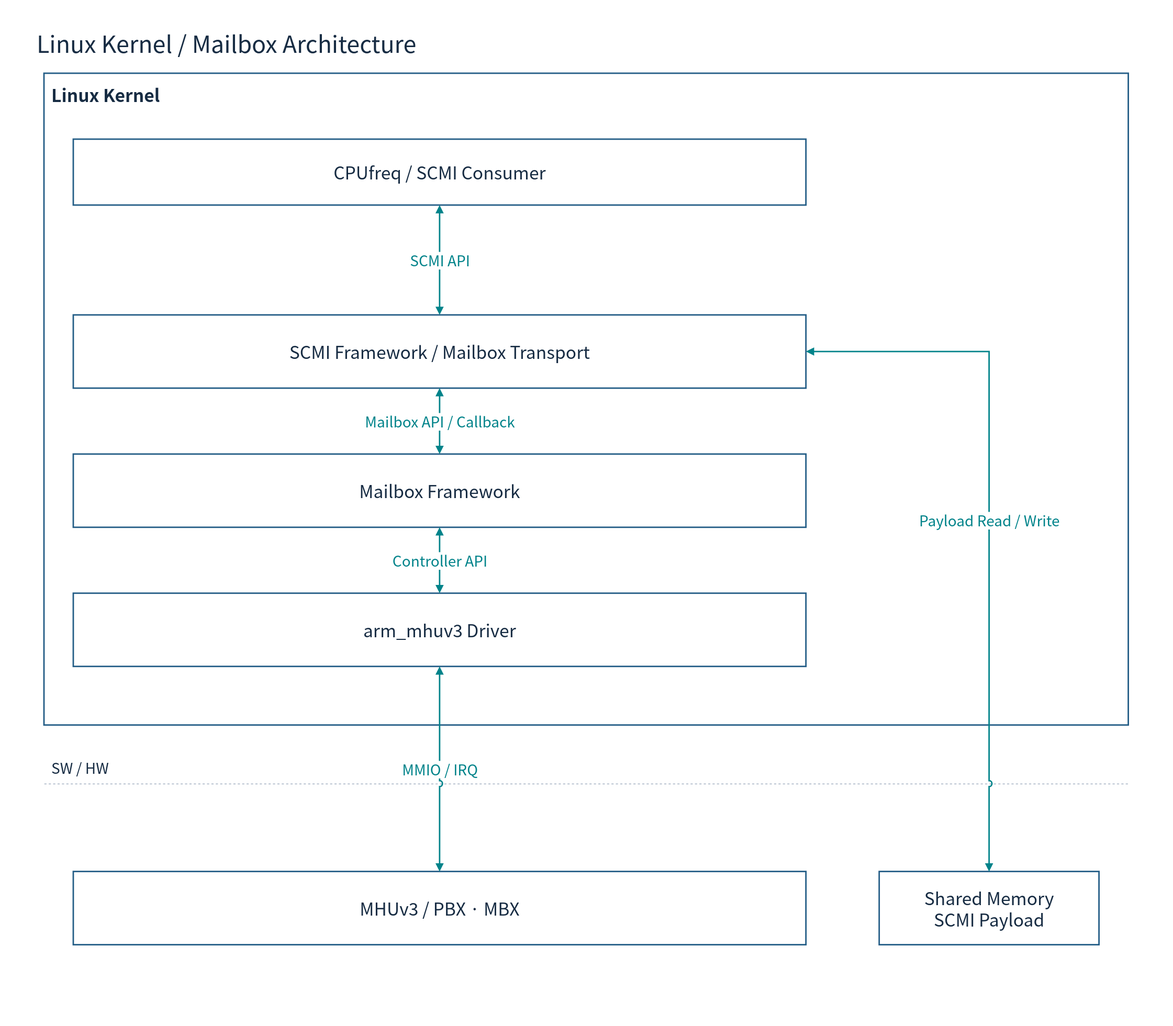
Before: doc/phase1/mailbox/diagrams/09-linux-software.drawio.svg, a diagram exported from draw.io (cometzero/project-apollo). Source tidied: cells renumbered, new cells last; positions are measured from the earlier drawing's top-left corner, leaving out a move shared by most shapes.
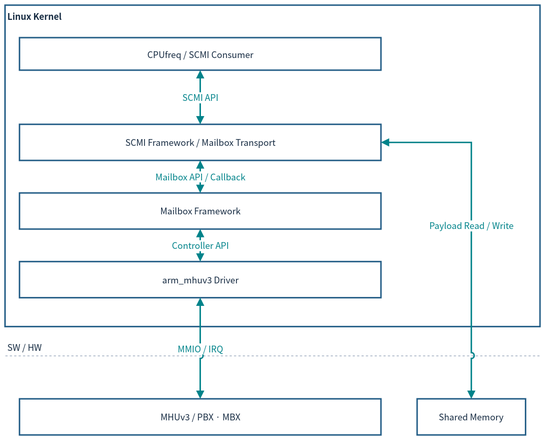
After the commit.

Change to the diagram source:
```diff
@@ -2,59 +2,53 @@
   <root>
     <mxCell id="0" />
     <mxCell id="1" parent="0" />
-    <mxCell id="2" style="rounded=0;whiteSpace=wrap;html=1;fillColor=#FFFFFF;strokeColor=#235D86;strokeWidth=2;fontColor=#172C43;fontFamily=Noto Sans CJK KR;fontSize=24;spacing=10;strokeColor=none;" parent="1" vertex="1">
-      <mxGeometry width="1600" height="1400" as="geometry" />
-    </mxCell>
-    <mxCell id="3" value="Linux Kernel / Mailbox Architecture" style="rounded=0;whiteSpace=wrap;html=1;fillColor=#FFFFFF;strokeColor=#235D86;strokeWidth=2;fontColor=#172C43;fontFamily=Noto Sans CJK KR;fontSize=24;spacing=10;strokeColor=none;fontSize=32;align=left;" parent="1" vertex="1">
-      <mxGeometry x="40" y="25" width="1520" height="65" as="geometry" />
-    </mxCell>
-    <mxCell id="4" value="Linux Kernel" style="rounded=0;whiteSpace=wrap;html=1;fillColor=#FFFFFF;strokeColor=#235D86;strokeWidth=2;fontColor=#172C43;fontFamily=Noto Sans CJK KR;fontSize=24;spacing=10;verticalAlign=top;align=left;fontStyle=1;" parent="1" vertex="1">
-      <mxGeometry x="60" y="100" width="1480" height="890" as="geometry" />
+    <mxCell id="4" value="Linux Kernel" style="rounded=0;whiteSpace=wrap;html=1;fillColor=#FFFFFF;strokeColor=#235D86;strokeWidth=2;fontColor=#172C43;fontFamily=Noto Sans CJK KR;verticalAlign=top;align=left;fontStyle=1;fontSize=12;spacing=3;whiteSpace=wrap;" parent="1" vertex="1">
+      <mxGeometry x="21.9" y="16.9" width="730.1" height="439.1" as="geometry" />
     </mxCell>
-    <mxCell id="5" value="CPUfreq / SCMI Consumer" style="rounded=0;whiteSpace=wrap;html=1;fillColor=#FFFFFF;strokeColor=#235D86;strokeWidth=2;fontColor=#172C43;fontFamily=Noto Sans CJK KR;fontSize=24;spacing=10;" parent="4" vertex="1">
-      <mxGeometry x="40" y="90" width="1000" height="90" as="geometry" />
+    <mxCell id="5" value="CPUfreq / SCMI Consumer" style="rounded=0;whiteSpace=wrap;html=1;fillColor=#FFFFFF;strokeColor=#235D86;strokeWidth=2;fontColor=#172C43;fontFamily=Noto Sans CJK KR;fontSize=12;spacing=3;whiteSpace=wrap;" parent="4" vertex="1">
+      <mxGeometry x="19.7" y="44.4" width="493.3" height="44.4" as="geometry" />
     </mxCell>
-    <mxCell id="6" value="SCMI Framework / Mailbox Transport" style="rounded=0;whiteSpace=wrap;html=1;fillColor=#FFFFFF;strokeColor=#235D86;strokeWidth=2;fontColor=#172C43;fontFamily=Noto Sans CJK KR;fontSize=24;spacing=10;" parent="4" vertex="1">
-      <mxGeometry x="40" y="330" width="1000" height="100" as="geometry" />
+    <mxCell id="6" value="SCMI Framework / Mailbox Transport" style="rounded=0;whiteSpace=wrap;html=1;fillColor=#FFFFFF;strokeColor=#235D86;strokeWidth=2;fontColor=#172C43;fontFamily=Noto Sans CJK KR;fontSize=12;spacing=3;whiteSpace=wrap;" parent="4" vertex="1">
+      <mxGeometry x="19.7" y="162.8" width="493.3" height="49.3" as="geometry" />
     </mxCell>
-    <mxCell id="7" value="Mailbox Framework" style="rounded=0;whiteSpace=wrap;html=1;fillColor=#FFFFFF;strokeColor=#235D86;strokeWidth=2;fontColor=#172C43;fontFamily=Noto Sans CJK KR;fontSize=24;spacing=10;" parent="4" vertex="1">
-      <mxGeometry x="40" y="520" width="1000" height="100" as="geometry" />
+    <mxCell id="7" value="Mailbox Framework" style="rounded=0;whiteSpace=wrap;html=1;fillColor=#FFFFFF;strokeColor=#235D86;strokeWidth=2;fontColor=#172C43;fontFamily=Noto Sans CJK KR;fontSize=12;spacing=3;whiteSpace=wrap;" parent="4" vertex="1">
+      <mxGeometry x="19.7" y="256.5" width="493.3" height="49.3" as="geometry" />
     </mxCell>
-    <mxCell id="8" value="arm_mhuv3 Driver" style="rounded=0;whiteSpace=wrap;html=1;fillColor=#FFFFFF;strokeColor=#235D86;strokeWidth=2;fontColor=#172C43;fontFamily=Noto Sans CJK KR;fontSize=24;spacing=10;" parent="4" vertex="1">
-      <mxGeometry x="40" y="710" width="1000" height="100" as="geometry" />
+    <mxCell id="8" value="arm_mhuv3 Driver" style="rounded=0;whiteSpace=wrap;html=1;fillColor=#FFFFFF;strokeColor=#235D86;strokeWidth=2;fontColor=#172C43;fontFamily=Noto Sans CJK KR;fontSize=12;spacing=3;whiteSpace=wrap;" parent="4" vertex="1">
+      <mxGeometry x="19.7" y="350.3" width="493.3" height="49.3" as="geometry" />
     </mxCell>
-    <mxCell id="9" value="SCMI API" style="edgeStyle=orthogonalEdgeStyle;rounded=0;html=1;endArrow=block;endFill=1;strokeWidth=2;strokeColor=#00838A;fontColor=#00838A;fontFamily=Noto Sans CJK KR;fontSize=20;labelBackgroundColor=#FFFFFF;jumpStyle=arc;startArrow=block;startFill=1;exitX=0.5;exitY=1;entryX=0.5;entryY=0;" parent="1" edge="1" source="5" target="6">
+    <mxCell id="9" value="SCMI API" style="edgeStyle=orthogonalEdgeStyle;rounded=0;html=1;endArrow=block;endFill=1;strokeWidth=2;strokeColor=#00838A;fontColor=#00838A;fontFamily=Noto Sans CJK KR;labelBackgroundColor=#FFFFFF;jumpStyle=arc;startArrow=block;startFill=1;exitX=0.5;exitY=1;entryX=0.5;entryY=0;fontSize=12;spacing=3;whiteSpace=nowrap;" parent="1" edge="1" source="5" target="6">
       <mxGeometry relative="1" as="geometry" />
     </mxCell>
-    <mxCell id="10" value="Mailbox API / Callback" style="edgeStyle=orthogonalEdgeStyle;rounded=0;html=1;endArrow=block;endFill=1;strokeWidth=2;strokeColor=#00838A;fontColor=#00838A;fontFamily=Noto Sans CJK KR;fontSize=20;labelBackgroundColor=#FFFFFF;jumpStyle=arc;startArrow=block;startFill=1;exitX=0.5;exitY=1;entryX=0.5;entryY=0;" parent="1" edge="1" source="6" target="7">
+    <mxCell id="10" value="Mailbox API / Callback" style="edgeStyle=orthogonalEdgeStyle;rounded=0;html=1;endArrow=block;endFill=1;strokeWidth=2;strokeColor=#00838A;fontColor=#00838A;fontFamily=Noto Sans CJK KR;labelBackgroundColor=#FFFFFF;jumpStyle=arc;startArrow=block;startFill=1;exitX=0.5;exitY=1;entryX=0.5;entryY=0;fontSize=12;spacing=3;whiteSpace=nowrap;" parent="1" edge="1" source="6" target="7">
       <mxGeometry relative="1" as="geometry" />
     </mxCell>
-    <mxCell id="11" value="Controller API" style="edgeStyle=orthogonalEdgeStyle;rounded=0;html=1;endArrow=block;endFill=1;strokeWidth=2;strokeColor=#00838A;fontColor=#00838A;fontFamily=Noto Sans CJK KR;fontSize=20;labelBackgroundColor=#FFFFFF;jumpStyle=arc;startArrow=block;startFill=1;exitX=0.5;exitY=1;entryX=0.5;entryY=0;" parent="1" edge="1" source="7" target="8">
+    <mxCell id="11" value="Controller API" style="edgeStyle=orthogonalEdgeStyle;rounded=0;html=1;endArrow=block;endFill=1;strokeWidth=2;strokeColor=#00838A;fontColor=#00838A;fontFamily=Noto Sans CJK KR;labelBackgroundColor=#FFFFFF;jumpStyle=arc;startArrow=block;startFill=1;exitX=0.5;exitY=1;entryX=0.5;entryY=0;fontSize=12;spacing=3;whiteSpace=nowrap;" parent="1" edge="1" source="7" target="8">
       <mxGeometry relative="1" as="geometry" />
     </mxCell>
-    <mxCell id="12" value="SW / HW" style="rounded=0;whiteSpace=wrap;html=1;fillColor=#FFFFFF;strokeColor=#235D86;strokeWidth=2;fontColor=#172C43;fontFamily=Noto Sans CJK KR;fontSize=24;spacing=10;strokeColor=none;align=left;fontSize=20;" parent="1" vertex="1">
-      <mxGeometry x="60" y="1030" width="1480" height="35" as="geometry" />
+    <mxCell id="12" value="SW / HW" style="rounded=0;whiteSpace=wrap;html=1;fillColor=#FFFFFF;strokeColor=#235D86;strokeWidth=2;fontColor=#172C43;fontFamily=Noto Sans CJK KR;strokeColor=none;align=left;fontSize=12;spacing=3;whiteSpace=wrap;" parent="1" vertex="1">
+      <mxGeometry x="21.9" y="475.7" width="730.1" height="17.3" as="geometry" />
     </mxCell>
-    <mxCell id="13" style="endArrow=none;dashed=1;strokeColor=#94A3B8;" parent="1" edge="1">
+    <mxCell id="13" style="endArrow=none;dashed=1;strokeColor=#94A3B8;fontSize=12;spacing=3;whiteSpace=nowrap;" parent="1" edge="1">
       <mxGeometry relative="1" as="geometry">
-        <mxPoint x="60" y="1070" as="sourcePoint" />
-        <mxPoint x="1540" y="1070" as="targetPoint" />
+        <mxPoint x="21.9" y="495.5" as="sourcePoint" />
+        <mxPoint x="752" y="495.5" as="targetPoint" />
       </mxGeometry>
     </mxCell>
-    <mxCell id="14" value="MHUv3 / PBX · MBX" style="rounded=0;whiteSpace=wrap;html=1;fillColor=#FFFFFF;strokeColor=#235D86;strokeWidth=2;fontColor=#172C43;fontFamily=Noto Sans CJK KR;fontSize=24;spacing=10;" parent="1" vertex="1">
-      <mxGeometry x="100" y="1190" width="1000" height="100" as="geometry" />
+    <mxCell id="14" value="MHUv3 / PBX · MBX" style="rounded=0;whiteSpace=wrap;html=1;fillColor=#FFFFFF;strokeColor=#235D86;strokeWidth=2;fontColor=#172C43;fontFamily=Noto Sans CJK KR;fontSize=12;spacing=3;whiteSpace=wrap;" parent="1" vertex="1">
+      <mxGeometry x="41.6" y="554.7" width="493.3" height="49.3" as="geometry" />
     </mxCell>
-    <mxCell id="15" value="Shared Memory&lt;br&gt;SCMI Payload" style="rounded=0;whiteSpace=wrap;html=1;fillColor=#FFFFFF;strokeColor=#235D86;strokeWidth=2;fontColor=#172C43;fontFamily=Noto Sans CJK KR;fontSize=24;spacing=10;" parent="1" vertex="1">
-      <mxGeometry x="1200" y="1190" width="300" height="100" as="geometry" />
+    <mxCell id="15" value="Shared Memory" style="rounded=0;whiteSpace=wrap;html=1;fillColor=#FFFFFF;strokeColor=#235D86;strokeWidth=2;fontColor=#172C43;fontFamily=Noto Sans CJK KR;fontSize=12;spacing=3;whiteSpace=wrap;" parent="1" vertex="1">
+      <mxGeometry x="584.3" y="554.7" width="148" height="49.3" as="geometry" />
     </mxCell>
-    <mxCell id="16" value="MMIO / IRQ" style="edgeStyle=orthogonalEdgeStyle;rounded=0;html=1;endArrow=block;endFill=1;strokeWidth=2;strokeColor=#00838A;fontColor=#00838A;fontFamily=Noto Sans CJK KR;fontSize=20;labelBackgroundColor=#FFFFFF;jumpStyle=arc;startArrow=block;startFill=1;exitX=0.5;exitY=1;entryX=0.5;entryY=0;" parent="1" edge="1" source="8" target="14">
+    <mxCell id="16" value="MMIO / IRQ" style="edgeStyle=orthogonalEdgeStyle;rounded=0;html=1;endArrow=block;endFill=1;strokeWidth=2;strokeColor=#00838A;fontColor=#00838A;fontFamily=Noto Sans CJK KR;labelBackgroundColor=#FFFFFF;jumpStyle=arc;startArrow=block;startFill=1;exitX=0.5;exitY=1;entryX=0.5;entryY=0;fontSize=12;spacing=3;whiteSpace=nowrap;" parent="1" edge="1" source="8" target="14">
       <mxGeometry relative="1" as="geometry" />
     </mxCell>
-    <mxCell id="17" value="Payload Read / Write" style="edgeStyle=orthogonalEdgeStyle;rounded=0;html=1;endArrow=block;endFill=1;strokeWidth=2;strokeColor=#00838A;fontColor=#00838A;fontFamily=Noto Sans CJK KR;fontSize=20;labelBackgroundColor=#FFFFFF;jumpStyle=arc;startArrow=block;startFill=1;exitX=1;exitY=0.5;entryX=0.5;entryY=0;" parent="1" edge="1" source="6" target="15">
+    <mxCell id="17" value="Payload Read / Write" style="edgeStyle=orthogonalEdgeStyle;rounded=0;html=1;endArrow=block;endFill=1;strokeWidth=2;strokeColor=#00838A;fontColor=#00838A;fontFamily=Noto Sans CJK KR;labelBackgroundColor=#FFFFFF;jumpStyle=arc;startArrow=block;startFill=1;exitX=1;exitY=0.5;entryX=0.5;entryY=0;fontSize=12;spacing=3;whiteSpace=nowrap;" parent="1" edge="1" source="6" target="15">
       <mxGeometry relative="1" as="geometry">
         <Array as="points">
-          <mxPoint x="1350" y="480" />
-          <mxPoint x="1350" y="1100" />
+          <mxPoint x="658.3" y="204.4" />
+          <mxPoint x="658.3" y="510.3" />
         </Array>
       </mxGeometry>
     </mxCell>
```
